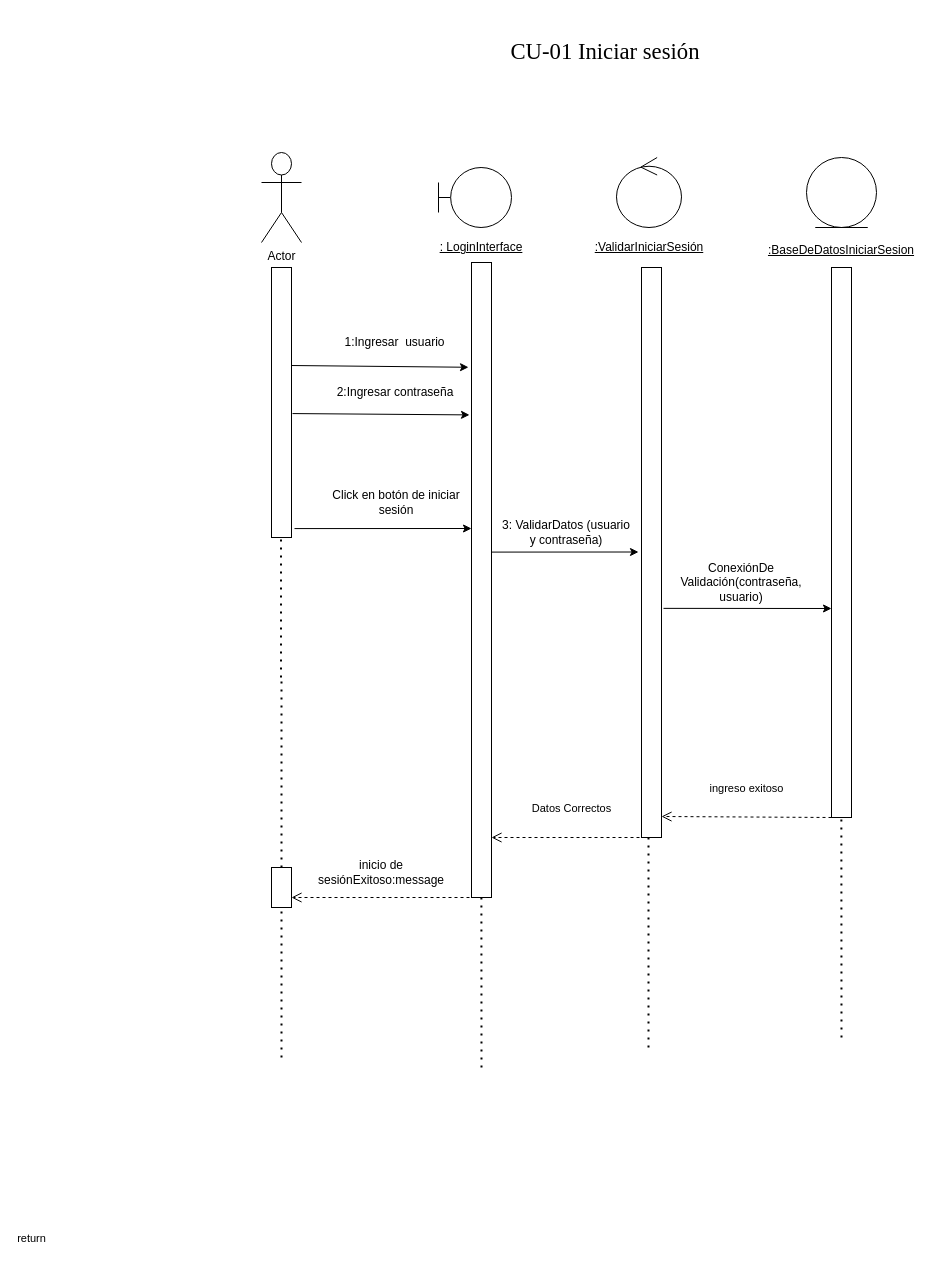
The draw.io diagram page "Diagramas de secuencia" (3 of 3) of Diagramas de robustez.drawio in juxo321/Diagramas, before the edit. Source tidied: cells renumbered, new cells numbered last; positions are measured from the earlier drawing's top-left corner, leaving out a move shared by most shapes. Both pictures are drawn from the tidied source at 100%, with x=0, y=0 at pixel (261, 17).
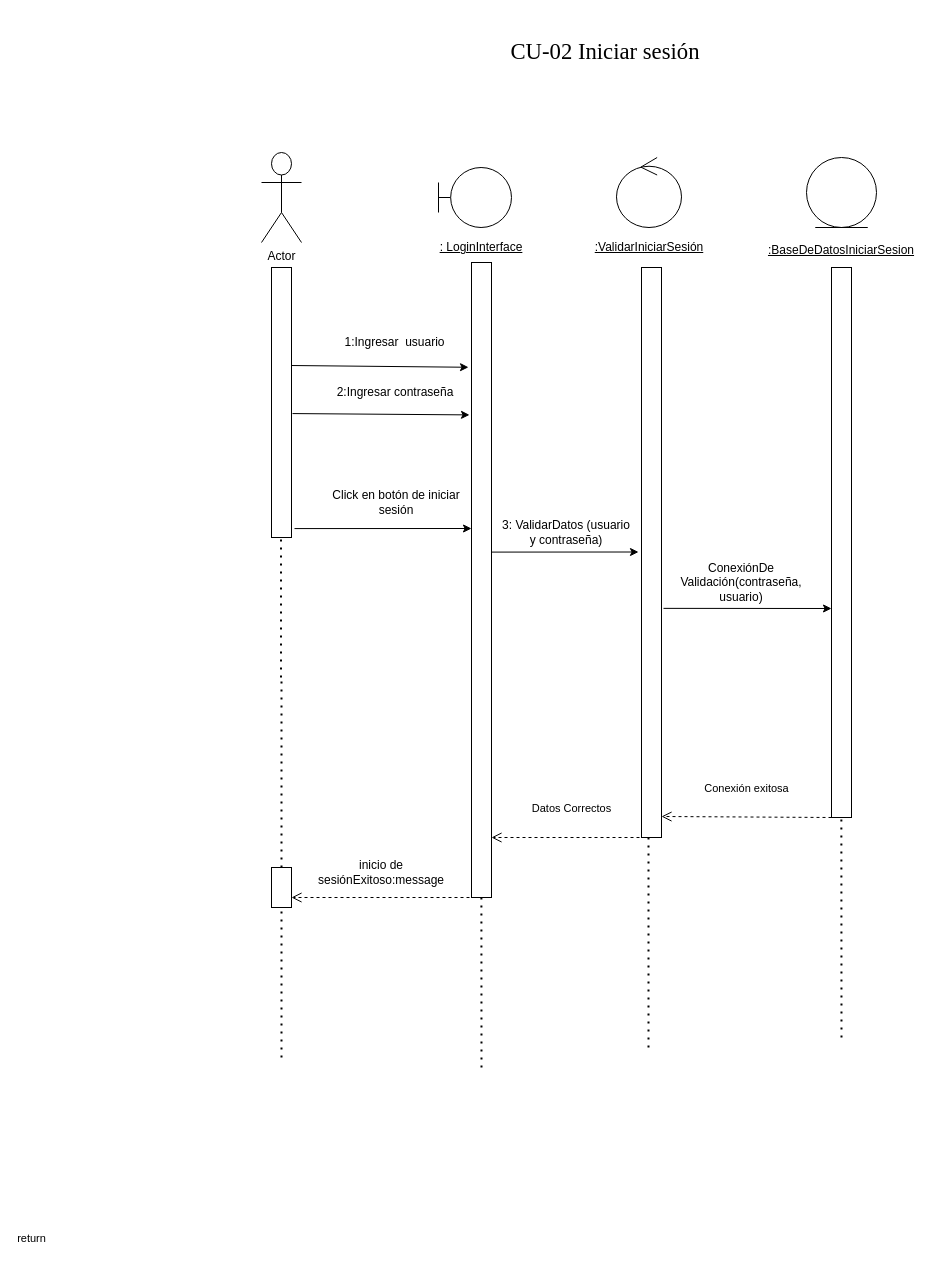
The same diagram, later.

Unchanged cells that the change refers to:
```xml
<mxCell id="18" style="rounded=0;whiteSpace=wrap;html=1;" parent="1" vertex="1">
  <mxGeometry x="570" y="250" width="20" height="550" as="geometry" />
</mxCell>
```

Change to the diagram source:
```diff
@@
-    <mxCell id="2" value="CU-01 Iniciar sesión" style="html=1;overflow=block;blockSpacing=1;whiteSpace=wrap;fontSize=22.7;fontFamily=Liberation Serif;fontColor=default;align=center;spacing=0;fillColor=#ffffff;strokeWidth=1.5;strokeColor=none;" parent="1" vertex="1">
+    <mxCell id="2" value="CU-02 Iniciar sesión" style="html=1;overflow=block;blockSpacing=1;whiteSpace=wrap;fontSize=22.7;fontFamily=Liberation Serif;fontColor=default;align=center;spacing=0;fillColor=#ffffff;strokeWidth=1.5;strokeColor=none;" parent="1" vertex="1">
       <mxGeometry x="177" width="334" height="68" as="geometry" />
     </mxCell>
@@
-    <mxCell id="28" value="ingreso exitoso" style="html=1;verticalAlign=bottom;endArrow=open;dashed=1;endSize=8;rounded=0;exitX=0;exitY=1;exitDx=0;exitDy=0;" parent="1" edge="1" source="18">
+    <mxCell id="28" value="Conexión exitosa" style="html=1;verticalAlign=bottom;endArrow=open;dashed=1;endSize=8;rounded=0;exitX=0;exitY=1;exitDx=0;exitDy=0;" parent="1" edge="1" source="18">
       <mxGeometry y="-20" relative="1" as="geometry">
         <mxPoint x="400" y="799" as="targetPoint" />
       </mxGeometry>
     </mxCell>
```
